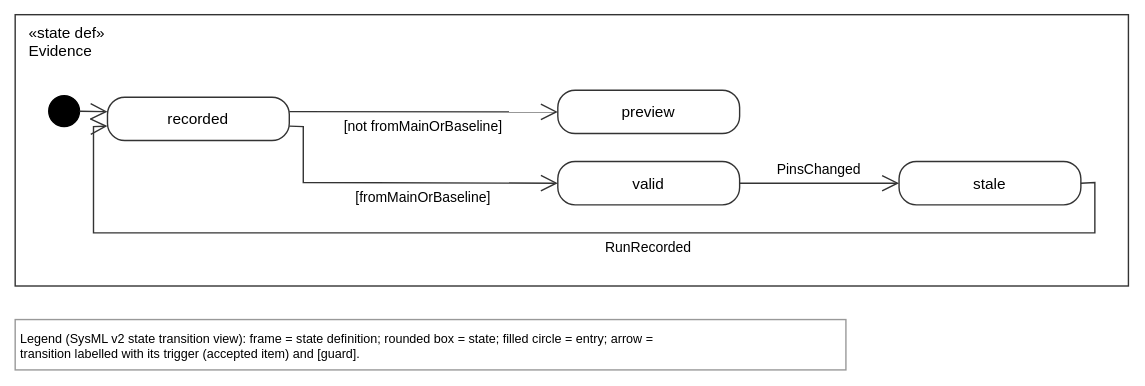
Above: views/evidenceStatus.drawio.svg in tiacsys/xdmod (draw.io), before the change. Source tidied: cells renumbered, new cells last; positions are measured from the earlier drawing's top-left corner, leaving out a move shared by most shapes. The source it was exported from:
```xml
<mxGraphModel>
  <root>
    <mxCell id="0" />
    <mxCell id="1" parent="0" />
    <mxCell id="2" value="«state def»&#10;Evidence" style="html=0;fontFamily=Helvetica;fontSize=11;strokeColor=#333333;rounded=0;verticalAlign=top;align=left;spacingLeft=8;fillColor=none;" parent="1" vertex="1">
      <mxGeometry width="796" height="194" as="geometry" />
    </mxCell>
    <mxCell id="3" value="Legend (SysML v2 state transition view): frame = state definition; rounded box = state; filled circle = entry; arrow =&#10;transition labelled with its trigger (accepted item) and [guard]." style="text;html=0;align=left;verticalAlign=top;fontFamily=Helvetica;fontSize=9;fillColor=#FFFFFF;strokeColor=#999999;spacing=4;" parent="1" vertex="1">
      <mxGeometry y="218" width="594" height="36" as="geometry" />
    </mxCell>
    <mxCell id="4" style="ellipse;html=0;fillColor=#000000;strokeColor=#000000;noLabel=1;" parent="2" vertex="1">
      <mxGeometry x="24" y="58" width="22" height="22" as="geometry" />
    </mxCell>
    <mxCell id="5" value="preview" style="html=0;fontFamily=Helvetica;fontSize=11;strokeColor=#333333;rounded=1;arcSize=40;fillColor=#FFFFFF;" parent="2" vertex="1">
      <mxGeometry x="388" y="54" width="130" height="31" as="geometry" />
    </mxCell>
    <mxCell id="6" value="recorded" style="html=0;fontFamily=Helvetica;fontSize=11;strokeColor=#333333;rounded=1;arcSize=40;fillColor=#FFFFFF;" parent="2" vertex="1">
      <mxGeometry x="66" y="59" width="130" height="31" as="geometry" />
    </mxCell>
    <mxCell id="7" value="stale" style="html=0;fontFamily=Helvetica;fontSize=11;strokeColor=#333333;rounded=1;arcSize=40;fillColor=#FFFFFF;" parent="2" vertex="1">
      <mxGeometry x="632" y="105" width="130" height="31" as="geometry" />
    </mxCell>
    <mxCell id="8" value="valid" style="html=0;fontFamily=Helvetica;fontSize=11;strokeColor=#333333;rounded=1;arcSize=40;fillColor=#FFFFFF;" parent="2" vertex="1">
      <mxGeometry x="388" y="105" width="130" height="31" as="geometry" />
    </mxCell>
    <mxCell id="9" style="html=0;rounded=0;endSize=10;startSize=14;fontFamily=Helvetica;fontSize=10;labelBackgroundColor=#FFFFFF;strokeColor=#333333;endArrow=open;exitX=1.000;exitY=0.500;exitDx=0;exitDy=0;exitPerimeter=0;entryX=0.000;entryY=0.333;entryDx=0;entryDy=0;entryPerimeter=0;" parent="1" edge="1" source="4" target="6">
      <mxGeometry relative="1" as="geometry" />
    </mxCell>
    <mxCell id="10" value="[not fromMainOrBaseline]" style="html=0;rounded=0;endSize=10;startSize=14;fontFamily=Helvetica;fontSize=10;labelBackgroundColor=#FFFFFF;strokeColor=#333333;endArrow=open;exitX=1.000;exitY=0.333;exitDx=0;exitDy=0;exitPerimeter=0;entryX=0.000;entryY=0.500;entryDx=0;entryDy=0;entryPerimeter=0;" parent="1" edge="1" source="6" target="5">
      <mxGeometry relative="1" as="geometry">
        <mxPoint y="10" as="offset" />
      </mxGeometry>
    </mxCell>
    <mxCell id="11" value="[fromMainOrBaseline]" style="html=0;rounded=0;endSize=10;startSize=14;fontFamily=Helvetica;fontSize=10;labelBackgroundColor=#FFFFFF;strokeColor=#333333;endArrow=open;exitX=1.000;exitY=0.667;exitDx=0;exitDy=0;exitPerimeter=0;entryX=0.000;entryY=0.500;entryDx=0;entryDy=0;entryPerimeter=0;" parent="1" edge="1" source="6" target="8">
      <mxGeometry relative="1" as="geometry">
        <Array as="points">
          <mxPoint x="206" y="80" />
          <mxPoint x="206" y="120" />
        </Array>
        <mxPoint x="20" y="10" as="offset" />
      </mxGeometry>
    </mxCell>
    <mxCell id="12" value="RunRecorded" style="html=0;rounded=0;endSize=10;startSize=14;fontFamily=Helvetica;fontSize=10;labelBackgroundColor=#FFFFFF;strokeColor=#333333;endArrow=open;exitX=1.000;exitY=0.500;exitDx=0;exitDy=0;exitPerimeter=0;entryX=0.000;entryY=0.667;entryDx=0;entryDy=0;entryPerimeter=0;" parent="1" edge="1" source="7" target="6">
      <mxGeometry relative="1" as="geometry">
        <Array as="points">
          <mxPoint x="772" y="120" />
          <mxPoint x="772" y="156" />
          <mxPoint x="56" y="156" />
          <mxPoint x="56" y="80" />
        </Array>
        <mxPoint x="59" y="10" as="offset" />
      </mxGeometry>
    </mxCell>
    <mxCell id="13" value="PinsChanged" style="html=0;rounded=0;endSize=10;startSize=14;fontFamily=Helvetica;fontSize=10;labelBackgroundColor=#FFFFFF;strokeColor=#333333;endArrow=open;exitX=1.000;exitY=0.500;exitDx=0;exitDy=0;exitPerimeter=0;entryX=0.000;entryY=0.500;entryDx=0;entryDy=0;entryPerimeter=0;" parent="1" edge="1" source="8" target="7">
      <mxGeometry relative="1" as="geometry">
        <mxPoint y="-10" as="offset" />
      </mxGeometry>
    </mxCell>
  </root>
</mxGraphModel>
```
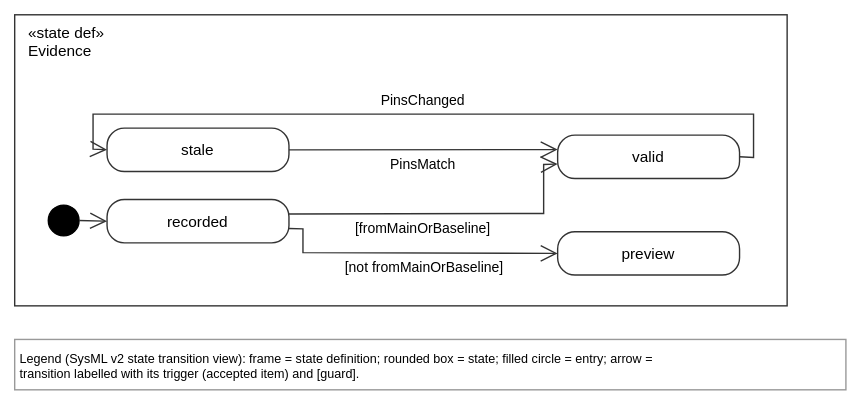
Above is the later version.

Change to the diagram source:
```diff
@@ -3,57 +3,61 @@
     <mxCell id="0" />
     <mxCell id="1" parent="0" />
     <mxCell id="2" value="«state def»&#10;Evidence" style="html=0;fontFamily=Helvetica;fontSize=11;strokeColor=#333333;rounded=0;verticalAlign=top;align=left;spacingLeft=8;fillColor=none;" parent="1" vertex="1">
-      <mxGeometry width="796" height="194" as="geometry" />
+      <mxGeometry width="552" height="208" as="geometry" />
     </mxCell>
     <mxCell id="3" value="Legend (SysML v2 state transition view): frame = state definition; rounded box = state; filled circle = entry; arrow =&#10;transition labelled with its trigger (accepted item) and [guard]." style="text;html=0;align=left;verticalAlign=top;fontFamily=Helvetica;fontSize=9;fillColor=#FFFFFF;strokeColor=#999999;spacing=4;" parent="1" vertex="1">
-      <mxGeometry y="218" width="594" height="36" as="geometry" />
+      <mxGeometry y="232" width="594" height="36" as="geometry" />
     </mxCell>
     <mxCell id="4" style="ellipse;html=0;fillColor=#000000;strokeColor=#000000;noLabel=1;" parent="2" vertex="1">
-      <mxGeometry x="24" y="58" width="22" height="22" as="geometry" />
+      <mxGeometry x="24" y="136" width="22" height="22" as="geometry" />
     </mxCell>
     <mxCell id="5" value="preview" style="html=0;fontFamily=Helvetica;fontSize=11;strokeColor=#333333;rounded=1;arcSize=40;fillColor=#FFFFFF;" parent="2" vertex="1">
-      <mxGeometry x="388" y="54" width="130" height="31" as="geometry" />
+      <mxGeometry x="388" y="155" width="130" height="31" as="geometry" />
     </mxCell>
     <mxCell id="6" value="recorded" style="html=0;fontFamily=Helvetica;fontSize=11;strokeColor=#333333;rounded=1;arcSize=40;fillColor=#FFFFFF;" parent="2" vertex="1">
-      <mxGeometry x="66" y="59" width="130" height="31" as="geometry" />
+      <mxGeometry x="66" y="132" width="130" height="31" as="geometry" />
     </mxCell>
     <mxCell id="7" value="stale" style="html=0;fontFamily=Helvetica;fontSize=11;strokeColor=#333333;rounded=1;arcSize=40;fillColor=#FFFFFF;" parent="2" vertex="1">
-      <mxGeometry x="632" y="105" width="130" height="31" as="geometry" />
+      <mxGeometry x="66" y="81" width="130" height="31" as="geometry" />
     </mxCell>
     <mxCell id="8" value="valid" style="html=0;fontFamily=Helvetica;fontSize=11;strokeColor=#333333;rounded=1;arcSize=40;fillColor=#FFFFFF;" parent="2" vertex="1">
-      <mxGeometry x="388" y="105" width="130" height="31" as="geometry" />
+      <mxGeometry x="388" y="86" width="130" height="31" as="geometry" />
     </mxCell>
-    <mxCell id="9" style="html=0;rounded=0;endSize=10;startSize=14;fontFamily=Helvetica;fontSize=10;labelBackgroundColor=#FFFFFF;strokeColor=#333333;endArrow=open;exitX=1.000;exitY=0.500;exitDx=0;exitDy=0;exitPerimeter=0;entryX=0.000;entryY=0.333;entryDx=0;entryDy=0;entryPerimeter=0;" parent="1" edge="1" source="4" target="6">
+    <mxCell id="9" style="html=0;rounded=0;endSize=10;startSize=14;fontFamily=Helvetica;fontSize=10;labelBackgroundColor=#FFFFFF;strokeColor=#333333;endArrow=open;exitX=1.000;exitY=0.500;exitDx=0;exitDy=0;exitPerimeter=0;entryX=0.000;entryY=0.500;entryDx=0;entryDy=0;entryPerimeter=0;" parent="1" edge="1" source="4" target="6">
       <mxGeometry relative="1" as="geometry" />
     </mxCell>
-    <mxCell id="10" value="[not fromMainOrBaseline]" style="html=0;rounded=0;endSize=10;startSize=14;fontFamily=Helvetica;fontSize=10;labelBackgroundColor=#FFFFFF;strokeColor=#333333;endArrow=open;exitX=1.000;exitY=0.333;exitDx=0;exitDy=0;exitPerimeter=0;entryX=0.000;entryY=0.500;entryDx=0;entryDy=0;entryPerimeter=0;" parent="1" edge="1" source="6" target="5">
+    <mxCell id="10" value="[not fromMainOrBaseline]" style="html=0;rounded=0;endSize=10;startSize=14;fontFamily=Helvetica;fontSize=10;labelBackgroundColor=#FFFFFF;strokeColor=#333333;endArrow=open;exitX=1.000;exitY=0.667;exitDx=0;exitDy=0;exitPerimeter=0;entryX=0.000;entryY=0.500;entryDx=0;entryDy=0;entryPerimeter=0;" parent="1" edge="1" source="6" target="5">
       <mxGeometry relative="1" as="geometry">
-        <mxPoint y="10" as="offset" />
+        <Array as="points">
+          <mxPoint x="206" y="153" />
+          <mxPoint x="206" y="170" />
+        </Array>
+        <mxPoint x="9" y="10" as="offset" />
       </mxGeometry>
     </mxCell>
-    <mxCell id="11" value="[fromMainOrBaseline]" style="html=0;rounded=0;endSize=10;startSize=14;fontFamily=Helvetica;fontSize=10;labelBackgroundColor=#FFFFFF;strokeColor=#333333;endArrow=open;exitX=1.000;exitY=0.667;exitDx=0;exitDy=0;exitPerimeter=0;entryX=0.000;entryY=0.500;entryDx=0;entryDy=0;entryPerimeter=0;" parent="1" edge="1" source="6" target="8">
+    <mxCell id="11" value="[fromMainOrBaseline]" style="html=0;rounded=0;endSize=10;startSize=14;fontFamily=Helvetica;fontSize=10;labelBackgroundColor=#FFFFFF;strokeColor=#333333;endArrow=open;exitX=1.000;exitY=0.333;exitDx=0;exitDy=0;exitPerimeter=0;entryX=0.000;entryY=0.667;entryDx=0;entryDy=0;entryPerimeter=0;" parent="1" edge="1" source="6" target="8">
       <mxGeometry relative="1" as="geometry">
         <Array as="points">
-          <mxPoint x="206" y="80" />
-          <mxPoint x="206" y="120" />
+          <mxPoint x="378" y="142" />
+          <mxPoint x="378" y="107" />
         </Array>
-        <mxPoint x="20" y="10" as="offset" />
+        <mxPoint x="-18" y="10" as="offset" />
       </mxGeometry>
     </mxCell>
-    <mxCell id="12" value="RunRecorded" style="html=0;rounded=0;endSize=10;startSize=14;fontFamily=Helvetica;fontSize=10;labelBackgroundColor=#FFFFFF;strokeColor=#333333;endArrow=open;exitX=1.000;exitY=0.500;exitDx=0;exitDy=0;exitPerimeter=0;entryX=0.000;entryY=0.667;entryDx=0;entryDy=0;entryPerimeter=0;" parent="1" edge="1" source="7" target="6">
-      <mxGeometry relative="1" as="geometry">
-        <Array as="points">
-          <mxPoint x="772" y="120" />
-          <mxPoint x="772" y="156" />
-          <mxPoint x="56" y="156" />
-          <mxPoint x="56" y="80" />
-        </Array>
-        <mxPoint x="59" y="10" as="offset" />
-      </mxGeometry>
-    </mxCell>
+    <mxCell id="14" value="PinsMatch" style="html=0;rounded=0;endSize=10;startSize=14;fontFamily=Helvetica;fontSize=10;labelBackgroundColor=#FFFFFF;strokeColor=#333333;endArrow=open;exitX=1.000;exitY=0.500;exitDx=0;exitDy=0;exitPerimeter=0;entryX=0.000;entryY=0.333;entryDx=0;entryDy=0;entryPerimeter=0;" parent="1" edge="1" source="7" target="8">
+      <mxGeometry relative="1" as="geometry">
+        <mxPoint y="10" as="offset" />
+      </mxGeometry>
+    </mxCell>
     <mxCell id="13" value="PinsChanged" style="html=0;rounded=0;endSize=10;startSize=14;fontFamily=Helvetica;fontSize=10;labelBackgroundColor=#FFFFFF;strokeColor=#333333;endArrow=open;exitX=1.000;exitY=0.500;exitDx=0;exitDy=0;exitPerimeter=0;entryX=0.000;entryY=0.500;entryDx=0;entryDy=0;entryPerimeter=0;" parent="1" edge="1" source="8" target="7">
       <mxGeometry relative="1" as="geometry">
-        <mxPoint y="-10" as="offset" />
+        <Array as="points">
+          <mxPoint x="528" y="102" />
+          <mxPoint x="528" y="71" />
+          <mxPoint x="56" y="71" />
+          <mxPoint x="56" y="96" />
+        </Array>
+        <mxPoint x="-3" y="-10" as="offset" />
       </mxGeometry>
     </mxCell>
   </root>
```
